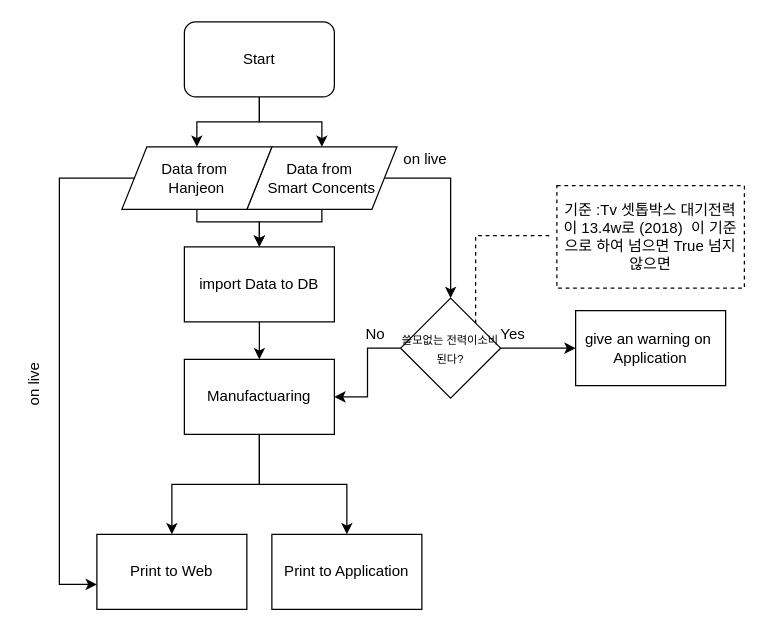
lot8229/Kdn-Algorithm keeps this draw.io diagram as page "Page-1" (1 of 2) of Untitled Diagram.drawio. Above is the earlier version. Source tidied: cells renumbered, new cells numbered last; positions are measured from the earlier drawing's top-left corner, leaving out a move shared by most shapes. Both pictures are drawn from the tidied source at 125%, with x=0, y=0 at pixel (-29, 21).
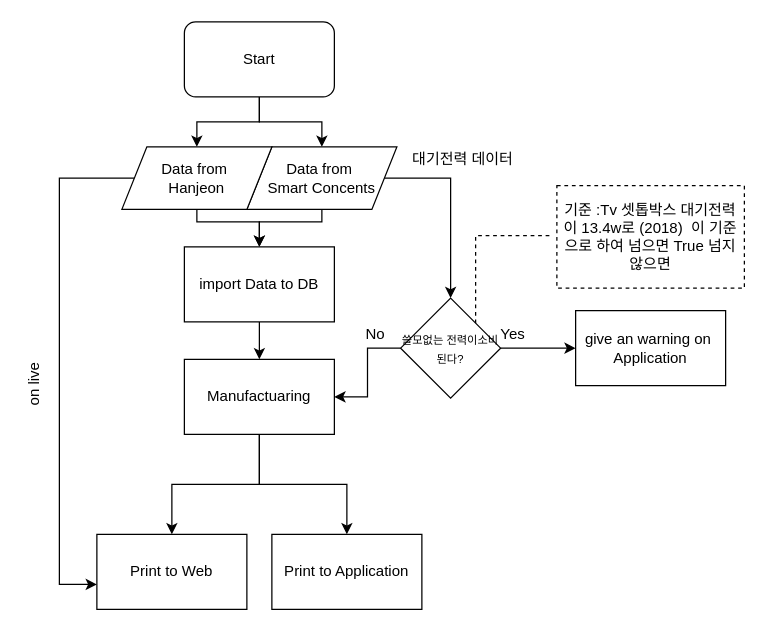
The same page after the edit.

Commit message:
대기전력 판단 사용

What changed in the source:
```diff
@@
-    <mxCell id="19" value="on live" style="text;html=1;strokeColor=none;fillColor=none;align=center;verticalAlign=middle;whiteSpace=wrap;rounded=0;rotation=0;" parent="1" vertex="1">
-      <mxGeometry x="313" y="100" width="100" height="20" as="geometry" />
+    <mxCell id="19" value="대기전력 데이터" style="text;html=1;strokeColor=none;fillColor=none;align=center;verticalAlign=middle;whiteSpace=wrap;rounded=0;rotation=0;" parent="1" vertex="1">
+      <mxGeometry x="343" y="100" width="100" height="20" as="geometry" />
     </mxCell>
```
